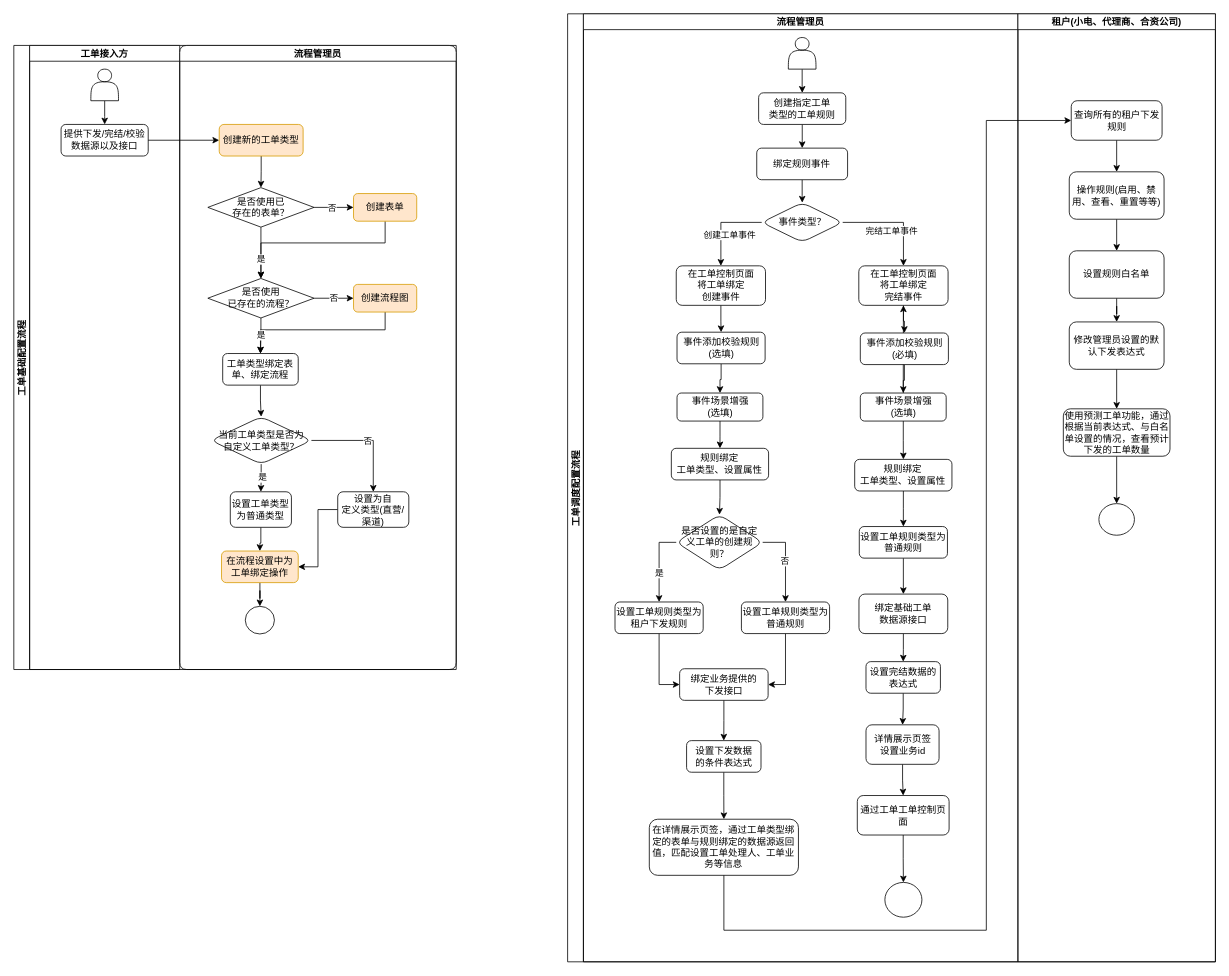
Before: 工单配置流程.drawio in 330129161/draw.io, a draw.io diagram. Source tidied: cells renumbered, new cells numbered last; positions are measured from the earlier drawing's top-left corner, leaving out a move shared by most shapes. Both pictures are drawn from the tidied source at 79%, with x=0, y=0 at pixel (13, 13).
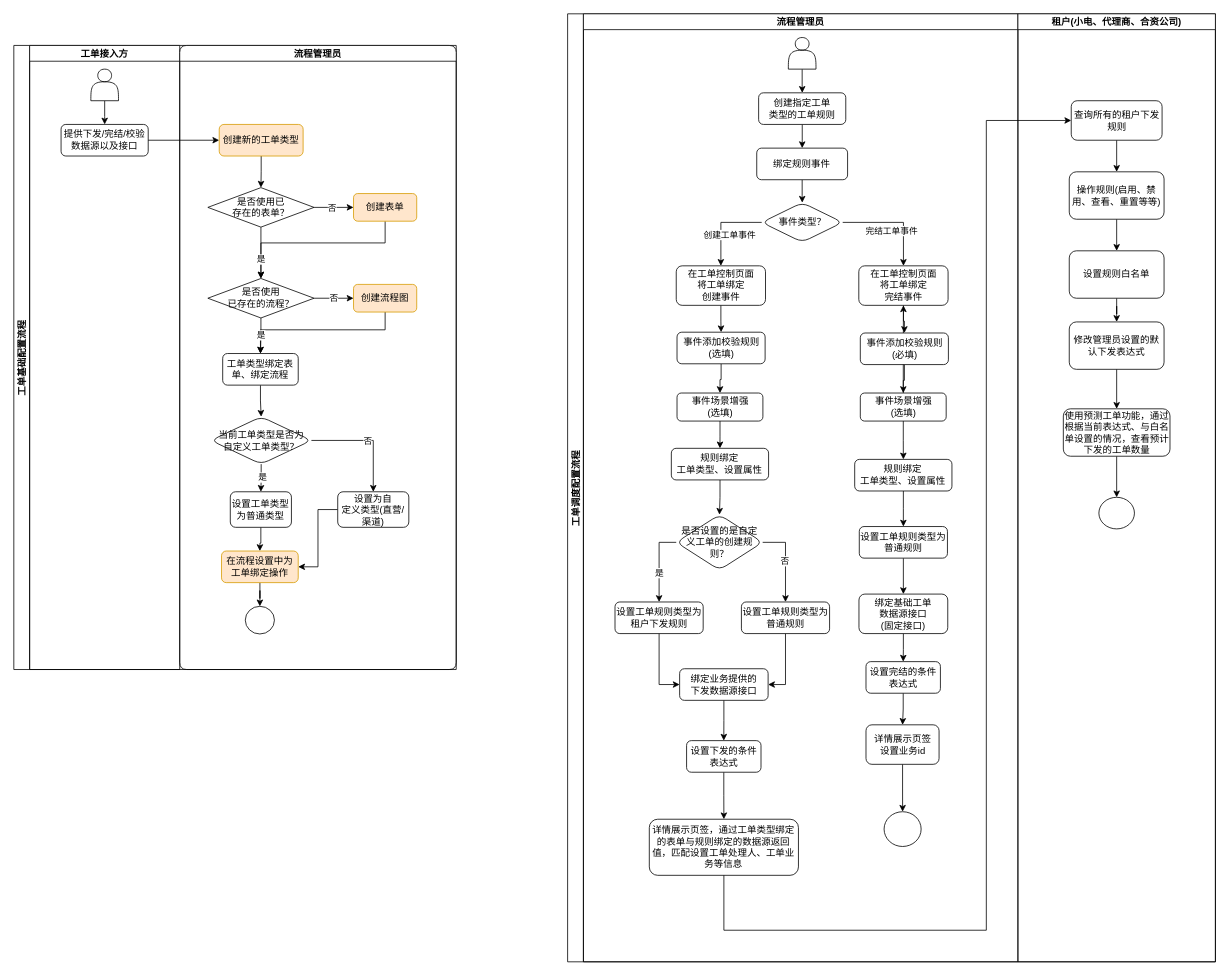
The same page after the edit.

Commit message:
更新工单配置流程.drawio

The change refers to these unchanged cells:
```xml
<mxCell id="3" value="流程管理员" style="swimlane;startSize=20;" parent="2" vertex="1">
  <mxGeometry x="20" width="550" height="1200" as="geometry" />
</mxCell>
<mxCell id="40" value="详情展示页签&lt;br&gt;设置业务id" style="whiteSpace=wrap;html=1;rounded=1;" parent="3" vertex="1">
  <mxGeometry x="357.7" y="900" width="92.5" height="50" as="geometry" />
</mxCell>
<mxCell id="57" value="租户(小电、代理商、合资公司)" style="swimlane;startSize=20;" parent="2" vertex="1">
  <mxGeometry x="570" width="250" height="1200" as="geometry" />
</mxCell>
```

What changed in the source:
```diff
@@
-    <mxCell id="24" value="绑定业务提供的&lt;br&gt;下发接口" style="whiteSpace=wrap;html=1;rounded=1;" parent="3" vertex="1">
+    <mxCell id="24" value="绑定业务提供的&lt;br&gt;下发数据源接口" style="whiteSpace=wrap;html=1;rounded=1;" parent="3" vertex="1">
       <mxGeometry x="121.8" y="829" width="112" height="40" as="geometry" />
     </mxCell>
@@
-    <mxCell id="26" value="设置下发数据&lt;br&gt;的条件表达式" style="whiteSpace=wrap;html=1;rounded=1;" parent="3" vertex="1">
+    <mxCell id="26" value="设置下发的条件表达式" style="whiteSpace=wrap;html=1;rounded=1;" parent="3" vertex="1">
       <mxGeometry x="130.6" y="920" width="94.2" height="40" as="geometry" />
     </mxCell>
@@
-    <mxCell id="28" value="绑定基础工单&lt;br&gt;数据源接口" style="whiteSpace=wrap;html=1;rounded=1;" parent="3" vertex="1">
+    <mxCell id="28" value="绑定基础工单&lt;br&gt;数据源接口&lt;br&gt;(固定接口)" style="whiteSpace=wrap;html=1;rounded=1;" parent="3" vertex="1">
       <mxGeometry x="348.8" y="734.5" width="112.4" height="50" as="geometry" />
     </mxCell>
@@
-    <mxCell id="37" value="设置完结数据的表达式" style="whiteSpace=wrap;html=1;rounded=1;" parent="3" vertex="1">
+    <mxCell id="37" value="设置完结的条件表达式" style="whiteSpace=wrap;html=1;rounded=1;" parent="3" vertex="1">
       <mxGeometry x="357.7" y="820" width="94.2" height="40" as="geometry" />
     </mxCell>
-    <mxCell id="38" value="在详情展示页签，通过工单类型绑定的表单与规则绑定的数据源返回值，匹配设置工单处理人、工单业务等信息" style="whiteSpace=wrap;html=1;rounded=1;" parent="3" vertex="1">
+    <mxCell id="38" value="详情展示页签，通过工单类型绑定的表单与规则绑定的数据源返回值，匹配设置工单处理人、工单业务等信息" style="whiteSpace=wrap;html=1;rounded=1;" parent="3" vertex="1">
       <mxGeometry x="83.4" y="1019.5" width="188.8" height="71" as="geometry" />
     </mxCell>
-    <mxCell id="39" style="edgeStyle=orthogonalEdgeStyle;rounded=0;jettySize=auto;html=1;" parent="3" edge="1" source="40" target="42">
+    <mxCell id="39" style="edgeStyle=orthogonalEdgeStyle;rounded=0;jettySize=auto;html=1;entryX=0.5;entryY=0;entryDx=0;entryDy=0;" parent="3" edge="1" source="40" target="43">
       <mxGeometry relative="1" as="geometry" />
     </mxCell>
@@
-    <mxCell id="41" style="edgeStyle=orthogonalEdgeStyle;rounded=0;jettySize=auto;html=1;" parent="3" edge="1" source="42" target="43">
-      <mxGeometry relative="1" as="geometry" />
-    </mxCell>
-    <mxCell id="42" value="通过工单工单控制页面" style="whiteSpace=wrap;html=1;rounded=1;" parent="3" vertex="1">
-      <mxGeometry x="346.7" y="989.5" width="116.2" height="50" as="geometry" />
-    </mxCell>
     <mxCell id="43" style="ellipse;whiteSpace=wrap;html=1;rounded=1;" parent="3" vertex="1">
-      <mxGeometry x="381.6" y="1099.5" width="46.9" height="44" as="geometry" />
+      <mxGeometry x="380.6" y="1010" width="46.9" height="44" as="geometry" />
     </mxCell>
@@
     <mxCell id="68" style="ellipse;whiteSpace=wrap;html=1;rounded=1;" parent="57" vertex="1">
-      <mxGeometry x="102.5" y="620" width="45" height="40" as="geometry" />
+      <mxGeometry x="102.5" y="612" width="45" height="40" as="geometry" />
     </mxCell>
```
